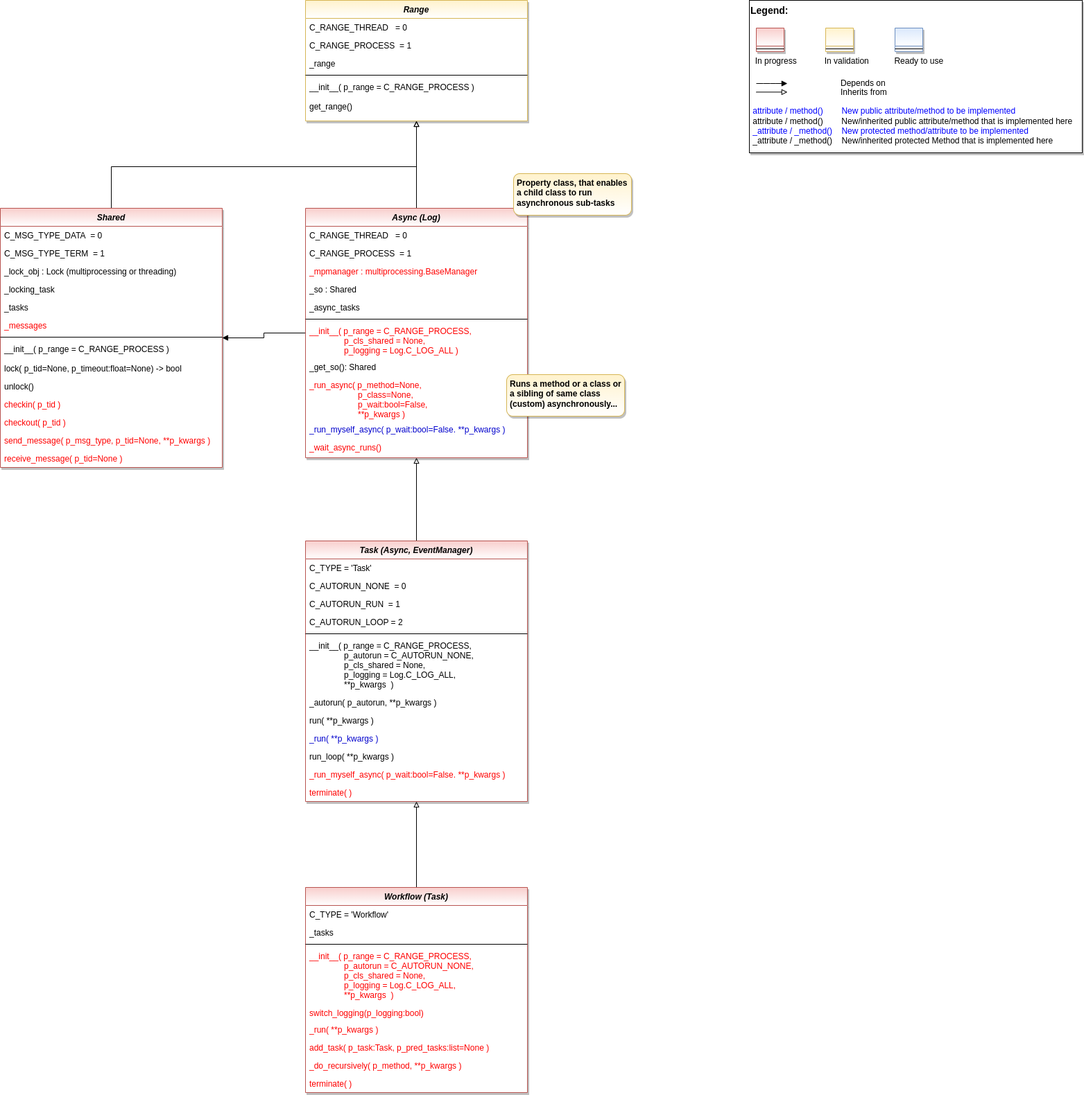
Earlier version of the draw.io export doc/rtd/content/append2/core/images/bf/MLPro-BF-MT_class_diagram.drawio.png (fhswf/MLPro). Source tidied: cells renumbered, new cells last; positions are measured from the earlier drawing's top-left corner, leaving out a move shared by most shapes.
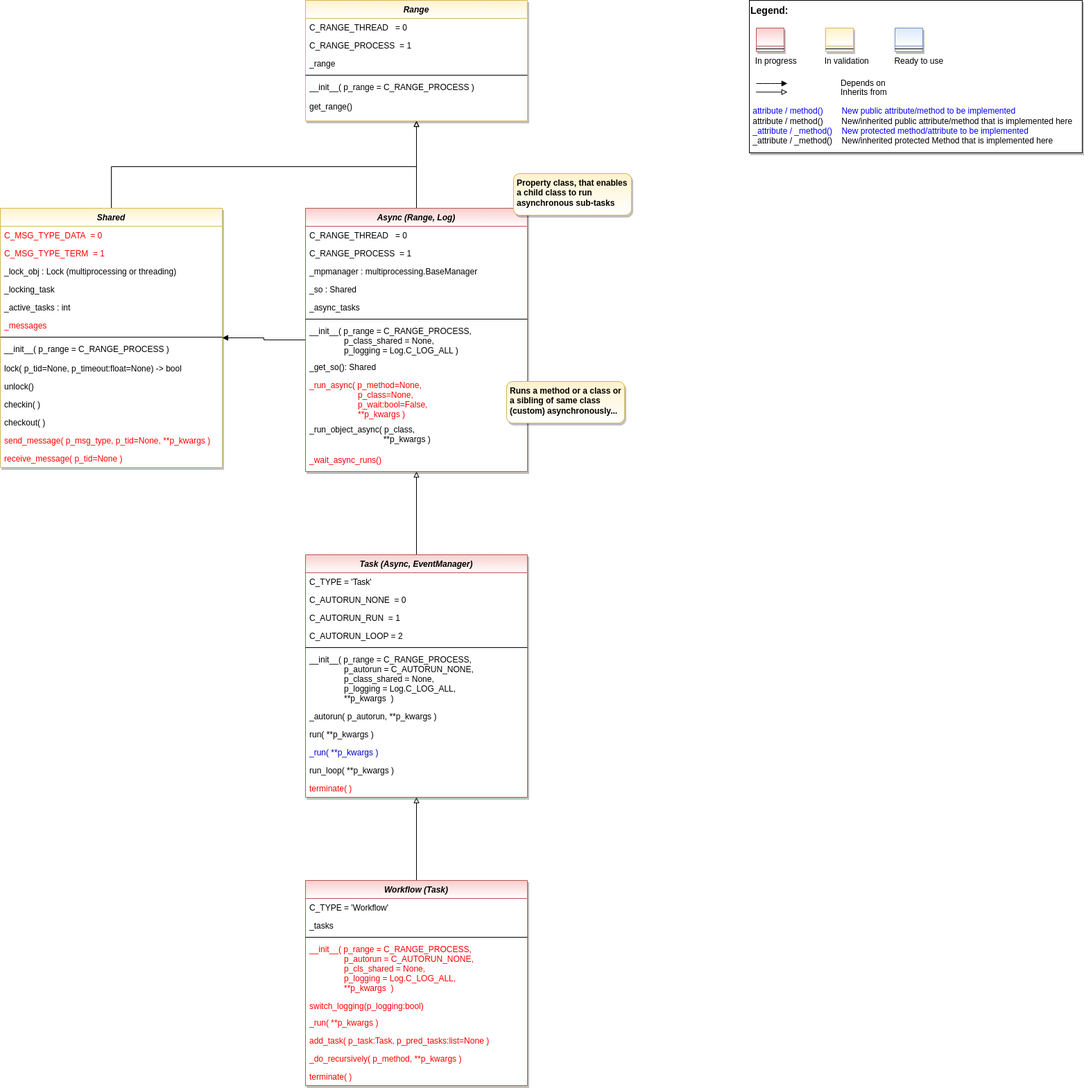
The same file after the commit.

What changed in the source:
```diff
@@ -51,13 +51,13 @@
         </Array>
       </mxGeometry>
     </mxCell>
-    <mxCell id="13" value="Shared" style="swimlane;fontStyle=3;align=center;verticalAlign=top;horizontal=1;startSize=26;rounded=0;shadow=1;strokeWidth=1;fillColor=#f8cecc;strokeColor=#b85450;glass=0;swimlaneFillColor=#ffffff;gradientColor=#ffffff;" parent="1" vertex="1">
+    <mxCell id="13" value="Shared" style="swimlane;fontStyle=3;align=center;verticalAlign=top;horizontal=1;startSize=26;rounded=0;shadow=1;strokeWidth=1;fillColor=#fff2cc;strokeColor=#d6b656;glass=0;swimlaneFillColor=#ffffff;gradientColor=#FFFFFF;" parent="1" vertex="1">
       <mxGeometry y="300" width="320" height="374" as="geometry" />
     </mxCell>
-    <mxCell id="14" value="C_MSG_TYPE_DATA  = 0" style="text;align=left;verticalAlign=top;spacingLeft=4;spacingRight=4;overflow=hidden;" parent="13" vertex="1">
+    <mxCell id="14" value="C_MSG_TYPE_DATA  = 0" style="text;align=left;verticalAlign=top;spacingLeft=4;spacingRight=4;overflow=hidden;fontColor=#FF0000;" parent="13" vertex="1">
       <mxGeometry y="26" width="320" height="26" as="geometry" />
     </mxCell>
-    <mxCell id="15" value="C_MSG_TYPE_TERM  = 1" style="text;align=left;verticalAlign=top;spacingLeft=4;spacingRight=4;overflow=hidden;" parent="13" vertex="1">
+    <mxCell id="15" value="C_MSG_TYPE_TERM  = 1" style="text;align=left;verticalAlign=top;spacingLeft=4;spacingRight=4;overflow=hidden;fontColor=#FF0000;" parent="13" vertex="1">
       <mxGeometry y="52" width="320" height="26" as="geometry" />
     </mxCell>
     <mxCell id="16" value="_lock_obj : Lock (multiprocessing or threading)" style="text;align=left;verticalAlign=top;spacingLeft=4;spacingRight=4;overflow=hidden;" parent="13" vertex="1">
@@ -66,7 +66,7 @@
     <mxCell id="17" value="_locking_task" style="text;align=left;verticalAlign=top;spacingLeft=4;spacingRight=4;overflow=hidden;" parent="13" vertex="1">
       <mxGeometry y="104" width="320" height="26" as="geometry" />
     </mxCell>
-    <mxCell id="18" value="_tasks" style="text;align=left;verticalAlign=top;spacingLeft=4;spacingRight=4;overflow=hidden;" parent="13" vertex="1">
+    <mxCell id="18" value="_active_tasks : int" style="text;align=left;verticalAlign=top;spacingLeft=4;spacingRight=4;overflow=hidden;" parent="13" vertex="1">
       <mxGeometry y="130" width="320" height="26" as="geometry" />
     </mxCell>
     <mxCell id="19" value="_messages" style="text;align=left;verticalAlign=top;spacingLeft=4;spacingRight=4;overflow=hidden;fontColor=#FF0000;" parent="13" vertex="1">
@@ -84,10 +84,10 @@
     <mxCell id="23" value="unlock()" style="text;align=left;verticalAlign=top;spacingLeft=4;spacingRight=4;overflow=hidden;fontColor=default;" parent="13" vertex="1">
       <mxGeometry y="244" width="320" height="26" as="geometry" />
     </mxCell>
-    <mxCell id="24" value="checkin( p_tid )" style="text;align=left;verticalAlign=top;spacingLeft=4;spacingRight=4;overflow=hidden;fontColor=#FF0000;" parent="13" vertex="1">
+    <mxCell id="24" value="checkin( )" style="text;align=left;verticalAlign=top;spacingLeft=4;spacingRight=4;overflow=hidden;fontColor=default;" parent="13" vertex="1">
       <mxGeometry y="270" width="320" height="26" as="geometry" />
     </mxCell>
-    <mxCell id="25" value="checkout( p_tid )" style="text;align=left;verticalAlign=top;spacingLeft=4;spacingRight=4;overflow=hidden;fontColor=#FF0000;" parent="13" vertex="1">
+    <mxCell id="25" value="checkout( )" style="text;align=left;verticalAlign=top;spacingLeft=4;spacingRight=4;overflow=hidden;fontColor=default;" parent="13" vertex="1">
       <mxGeometry y="296" width="320" height="26" as="geometry" />
     </mxCell>
     <mxCell id="26" value="send_message( p_msg_type, p_tid=None, **p_kwargs )" style="text;align=left;verticalAlign=top;spacingLeft=4;spacingRight=4;overflow=hidden;fontColor=#FF0000;" parent="13" vertex="1">
@@ -102,8 +102,8 @@
     <mxCell id="29" style="edgeStyle=orthogonalEdgeStyle;rounded=0;jettySize=auto;html=1;fontColor=default;endArrow=block;endFill=0;" parent="1" edge="1" source="30" target="69">
       <mxGeometry relative="1" as="geometry" />
     </mxCell>
-    <mxCell id="30" value="Async (Log)" style="swimlane;fontStyle=3;align=center;verticalAlign=top;horizontal=1;startSize=26;rounded=0;shadow=1;strokeWidth=1;fillColor=#f8cecc;strokeColor=#b85450;glass=0;swimlaneFillColor=#ffffff;gradientColor=#ffffff;" parent="1" vertex="1">
-      <mxGeometry x="440" y="300" width="320" height="360" as="geometry" />
+    <mxCell id="30" value="Async (Range, Log)" style="swimlane;fontStyle=3;align=center;verticalAlign=top;horizontal=1;startSize=26;rounded=0;shadow=1;strokeWidth=1;fillColor=#f8cecc;strokeColor=#b85450;glass=0;swimlaneFillColor=#ffffff;gradientColor=#ffffff;" parent="1" vertex="1">
+      <mxGeometry x="440" y="300" width="320" height="380" as="geometry" />
     </mxCell>
     <mxCell id="31" value="C_RANGE_THREAD   = 0" style="text;align=left;verticalAlign=top;spacingLeft=4;spacingRight=4;overflow=hidden;" parent="30" vertex="1">
       <mxGeometry y="26" width="320" height="26" as="geometry" />
@@ -111,7 +111,7 @@
     <mxCell id="32" value="C_RANGE_PROCESS  = 1" style="text;align=left;verticalAlign=top;spacingLeft=4;spacingRight=4;overflow=hidden;" parent="30" vertex="1">
       <mxGeometry y="52" width="320" height="26" as="geometry" />
     </mxCell>
-    <mxCell id="33" value="_mpmanager : multiprocessing.BaseManager" style="text;align=left;verticalAlign=top;spacingLeft=4;spacingRight=4;overflow=hidden;fontColor=#FF0000;" parent="30" vertex="1">
+    <mxCell id="33" value="_mpmanager : multiprocessing.BaseManager" style="text;align=left;verticalAlign=top;spacingLeft=4;spacingRight=4;overflow=hidden;fontColor=default;" parent="30" vertex="1">
       <mxGeometry y="78" width="320" height="26" as="geometry" />
     </mxCell>
     <mxCell id="34" value="_so : Shared" style="text;align=left;verticalAlign=top;spacingLeft=4;spacingRight=4;overflow=hidden;" parent="30" vertex="1">
@@ -123,7 +123,7 @@
     <mxCell id="36" style="line;html=1;strokeWidth=1;align=left;verticalAlign=middle;spacingTop=-1;spacingLeft=3;spacingRight=3;labelPosition=right;" parent="30" vertex="1">
       <mxGeometry y="156" width="320" height="8" as="geometry" />
     </mxCell>
-    <mxCell id="37" value="__init__( p_range = C_RANGE_PROCESS,&#10;               p_cls_shared = None,&#10;               p_logging = Log.C_LOG_ALL )" style="text;align=left;verticalAlign=top;spacingLeft=4;spacingRight=4;overflow=hidden;fontColor=#FF0000;" parent="30" vertex="1">
+    <mxCell id="37" value="__init__( p_range = C_RANGE_PROCESS,&#10;               p_class_shared = None,&#10;               p_logging = Log.C_LOG_ALL )" style="text;align=left;verticalAlign=top;spacingLeft=4;spacingRight=4;overflow=hidden;fontColor=default;" parent="30" vertex="1">
       <mxGeometry y="164" width="320" height="52" as="geometry" />
     </mxCell>
     <mxCell id="38" value="_get_so(): Shared" style="text;align=left;verticalAlign=top;spacingLeft=4;spacingRight=4;overflow=hidden;fontColor=default;" parent="30" vertex="1">
@@ -132,11 +132,11 @@
     <mxCell id="39" value="_run_async( p_method=None,&#10;                     p_class=None,&#10;                     p_wait:bool=False,&#10;                     **p_kwargs )" style="text;align=left;verticalAlign=top;spacingLeft=4;spacingRight=4;overflow=hidden;fontColor=#FF0000;" parent="30" vertex="1">
       <mxGeometry y="242" width="320" height="64" as="geometry" />
     </mxCell>
-    <mxCell id="40" value="_run_myself_async( p_wait:bool=False. **p_kwargs )" style="text;align=left;verticalAlign=top;spacingLeft=4;spacingRight=4;overflow=hidden;fontColor=#0000CC;" parent="30" vertex="1">
-      <mxGeometry y="306" width="320" height="26" as="geometry" />
+    <mxCell id="40" value="_run_object_async( p_class, &#10;                                **p_kwargs )" style="text;align=left;verticalAlign=top;spacingLeft=4;spacingRight=4;overflow=hidden;fontColor=default;" parent="30" vertex="1">
+      <mxGeometry y="306" width="320" height="44" as="geometry" />
     </mxCell>
     <mxCell id="41" value="_wait_async_runs()" style="text;align=left;verticalAlign=top;spacingLeft=4;spacingRight=4;overflow=hidden;fontColor=#FF0000;" parent="30" vertex="1">
-      <mxGeometry y="332" width="320" height="26" as="geometry" />
+      <mxGeometry y="350" width="320" height="26" as="geometry" />
     </mxCell>
     <mxCell id="42" value="Property class, that enables a child class to run asynchronous sub-tasks" style="rounded=1;whiteSpace=wrap;html=1;fillColor=#fff2cc;strokeColor=#d6b656;shadow=1;gradientColor=#ffffff;fontStyle=1;align=left;verticalAlign=top;spacingRight=3;spacingLeft=3;" parent="1" vertex="1">
       <mxGeometry x="740" y="250" width="170" height="60" as="geometry" />
@@ -145,7 +145,7 @@
       <mxGeometry relative="1" as="geometry" />
     </mxCell>
     <mxCell id="44" value="Task (Async, EventManager)" style="swimlane;fontStyle=3;align=center;verticalAlign=top;horizontal=1;startSize=26;rounded=0;shadow=1;strokeWidth=1;fillColor=#f8cecc;strokeColor=#b85450;glass=0;swimlaneFillColor=#ffffff;gradientColor=#ffffff;" parent="1" vertex="1">
-      <mxGeometry x="440" y="780" width="320" height="376" as="geometry" />
+      <mxGeometry x="440" y="800" width="320" height="350" as="geometry" />
     </mxCell>
     <mxCell id="45" value="C_TYPE = 'Task'" style="text;align=left;verticalAlign=top;spacingLeft=4;spacingRight=4;overflow=hidden;" parent="44" vertex="1">
       <mxGeometry y="26" width="320" height="26" as="geometry" />
@@ -162,7 +162,7 @@
     <mxCell id="49" style="line;html=1;strokeWidth=1;align=left;verticalAlign=middle;spacingTop=-1;spacingLeft=3;spacingRight=3;labelPosition=right;" parent="44" vertex="1">
       <mxGeometry y="130" width="320" height="8" as="geometry" />
     </mxCell>
-    <mxCell id="50" value="__init__( p_range = C_RANGE_PROCESS,&#10;               p_autorun = C_AUTORUN_NONE,&#10;               p_cls_shared = None,&#10;               p_logging = Log.C_LOG_ALL,&#10;               **p_kwargs  )" style="text;align=left;verticalAlign=top;spacingLeft=4;spacingRight=4;overflow=hidden;fontColor=default;" parent="44" vertex="1">
+    <mxCell id="50" value="__init__( p_range = C_RANGE_PROCESS,&#10;               p_autorun = C_AUTORUN_NONE,&#10;               p_class_shared = None,&#10;               p_logging = Log.C_LOG_ALL,&#10;               **p_kwargs  )" style="text;align=left;verticalAlign=top;spacingLeft=4;spacingRight=4;overflow=hidden;fontColor=default;" parent="44" vertex="1">
       <mxGeometry y="138" width="320" height="82" as="geometry" />
     </mxCell>
     <mxCell id="51" value="_autorun( p_autorun, **p_kwargs )" style="text;align=left;verticalAlign=top;spacingLeft=4;spacingRight=4;overflow=hidden;fontColor=default;" parent="44" vertex="1">
@@ -177,17 +177,14 @@
     <mxCell id="54" value="run_loop( **p_kwargs )" style="text;align=left;verticalAlign=top;spacingLeft=4;spacingRight=4;overflow=hidden;" parent="44" vertex="1">
       <mxGeometry y="298" width="320" height="26" as="geometry" />
     </mxCell>
-    <mxCell id="55" value="_run_myself_async( p_wait:bool=False. **p_kwargs )" style="text;align=left;verticalAlign=top;spacingLeft=4;spacingRight=4;overflow=hidden;fontColor=#FF0000;" parent="44" vertex="1">
-      <mxGeometry y="324" width="320" height="26" as="geometry" />
-    </mxCell>
     <mxCell id="56" value="terminate( )" style="text;align=left;verticalAlign=top;spacingLeft=4;spacingRight=4;overflow=hidden;fontColor=#FF0000;" parent="44" vertex="1">
-      <mxGeometry y="350" width="320" height="26" as="geometry" />
+      <mxGeometry y="324" width="320" height="26" as="geometry" />
     </mxCell>
     <mxCell id="57" style="edgeStyle=orthogonalEdgeStyle;rounded=0;jettySize=auto;html=1;fontColor=#0000CC;endArrow=block;endFill=0;" parent="1" edge="1" source="58" target="44">
       <mxGeometry relative="1" as="geometry" />
     </mxCell>
     <mxCell id="58" value="Workflow (Task)" style="swimlane;fontStyle=3;align=center;verticalAlign=top;horizontal=1;startSize=26;rounded=0;shadow=1;strokeWidth=1;fillColor=#f8cecc;strokeColor=#b85450;glass=0;swimlaneFillColor=#ffffff;gradientColor=#ffffff;" parent="1" vertex="1">
-      <mxGeometry x="440" y="1280" width="320" height="296" as="geometry" />
+      <mxGeometry x="440" y="1270" width="320" height="296" as="geometry" />
     </mxCell>
     <mxCell id="59" value="C_TYPE = 'Workflow'" style="text;align=left;verticalAlign=top;spacingLeft=4;spacingRight=4;overflow=hidden;" parent="58" vertex="1">
       <mxGeometry y="26" width="320" height="26" as="geometry" />
@@ -217,7 +214,7 @@
       <mxGeometry y="270" width="320" height="26" as="geometry" />
     </mxCell>
     <mxCell id="68" value="Runs a method or a class or a sibling of same class (custom) asynchronously..." style="rounded=1;whiteSpace=wrap;html=1;fillColor=#fff2cc;strokeColor=#d6b656;shadow=1;gradientColor=#ffffff;fontStyle=1;align=left;verticalAlign=top;spacingRight=3;spacingLeft=3;" parent="1" vertex="1">
-      <mxGeometry x="730" y="540" width="170" height="60" as="geometry" />
+      <mxGeometry x="730" y="550" width="170" height="60" as="geometry" />
     </mxCell>
     <mxCell id="69" value="Range" style="swimlane;fontStyle=3;align=center;verticalAlign=top;horizontal=1;startSize=26;rounded=0;shadow=1;strokeWidth=1;fillColor=#fff2cc;strokeColor=#d6b656;glass=0;swimlaneFillColor=#ffffff;gradientColor=#FFFFFF;" parent="1" vertex="1">
       <mxGeometry x="440" width="320" height="174" as="geometry" />
```
